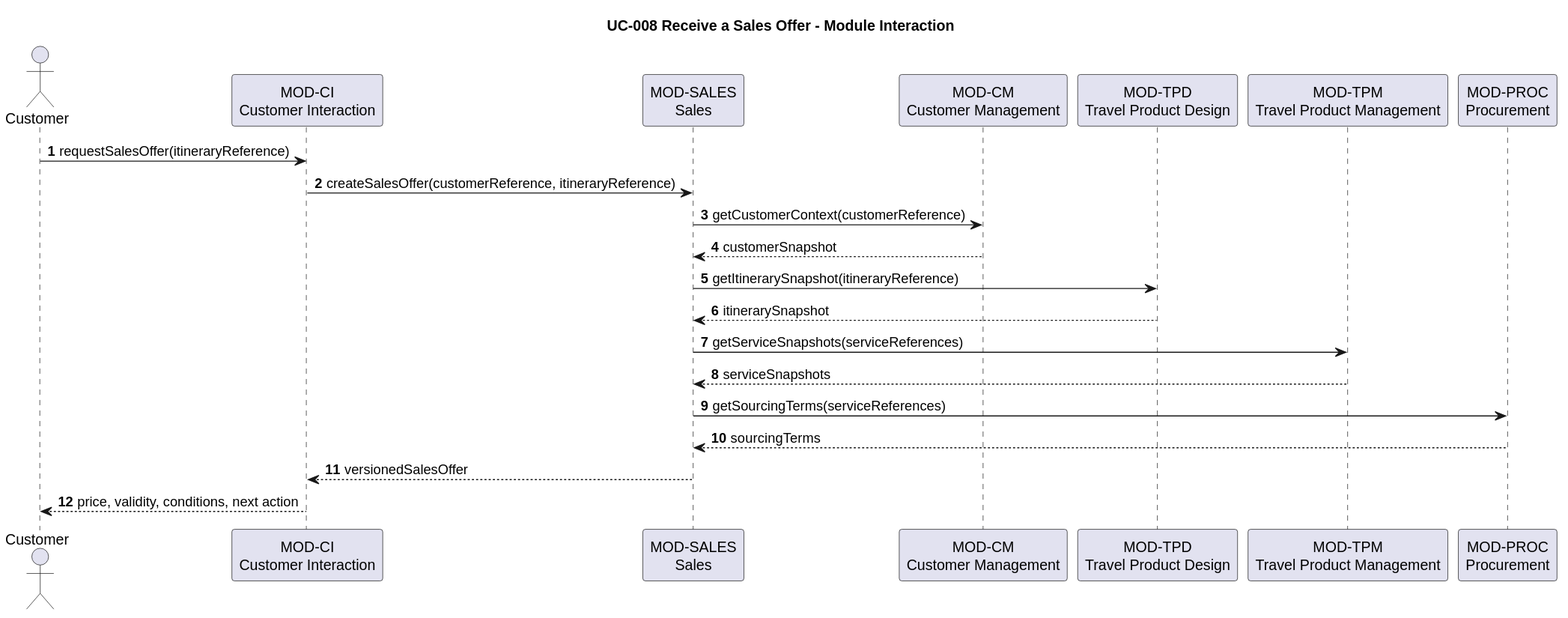
The PlantUML diagram docs/architecture/software-architecture/uc-008-receive-sales-offer.svg in hochschule-darmstadt/a3se_app, before a commit. The source it was exported from:
```plantuml
@startuml
title UC-008 Receive a Sales Offer - Module Interaction
autonumber
actor Customer
participant "MOD-CI\nCustomer Interaction" as CI
participant "MOD-SALES\nSales" as SALES
participant "MOD-CM\nCustomer Management" as CM
participant "MOD-TPD\nTravel Product Design" as TPD
participant "MOD-TPM\nTravel Product Management" as TPM
participant "MOD-PROC\nProcurement" as PROC

Customer -> CI: requestSalesOffer(itineraryReference)
CI -> SALES: createSalesOffer(customerReference, itineraryReference)
SALES -> CM: getCustomerContext(customerReference)
CM --> SALES: customerSnapshot
SALES -> TPD: getItinerarySnapshot(itineraryReference)
TPD --> SALES: itinerarySnapshot
SALES -> TPM: getServiceSnapshots(serviceReferences)
TPM --> SALES: serviceSnapshots
SALES -> PROC: getSourcingTerms(serviceReferences)
PROC --> SALES: sourcingTerms
SALES --> CI: versionedSalesOffer
CI --> Customer: price, validity, conditions, next action
@enduml
```
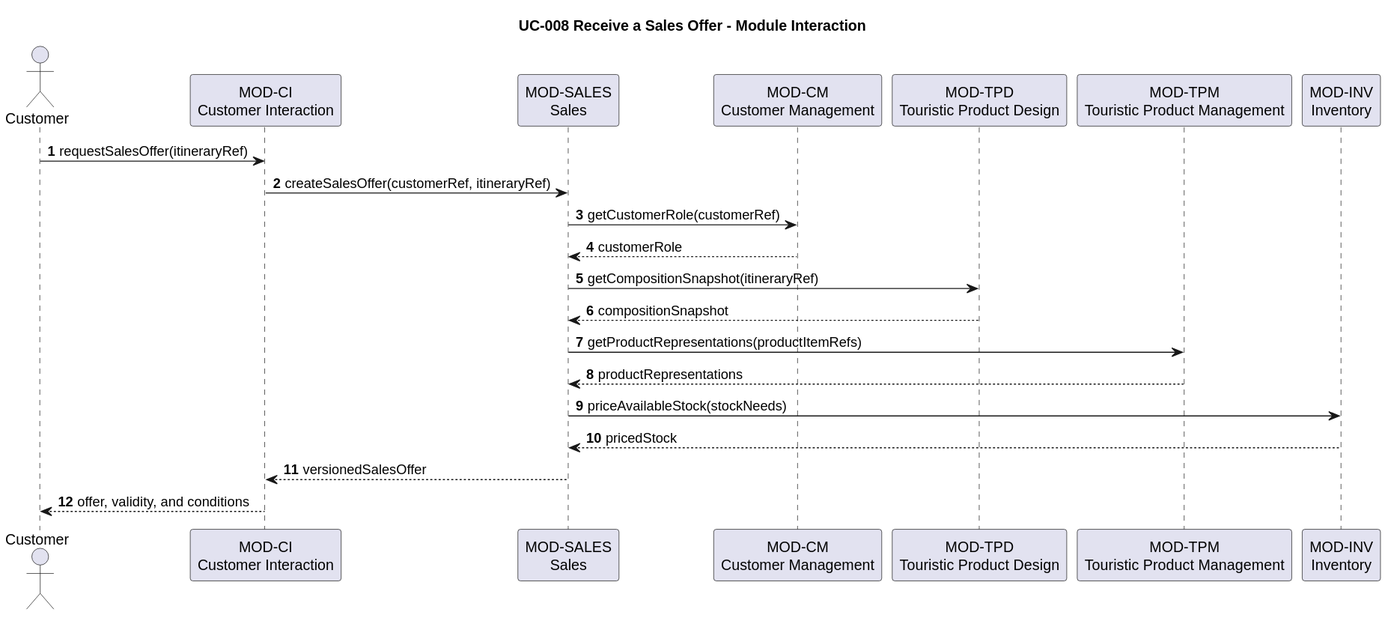
Above is the later version.

The edit, as a diff of the source:
```diff
@@ -5,20 +5,20 @@
 participant "MOD-CI\nCustomer Interaction" as CI
 participant "MOD-SALES\nSales" as SALES
 participant "MOD-CM\nCustomer Management" as CM
-participant "MOD-TPD\nTravel Product Design" as TPD
-participant "MOD-TPM\nTravel Product Management" as TPM
-participant "MOD-PROC\nProcurement" as PROC
+participant "MOD-TPD\nTouristic Product Design" as TPD
+participant "MOD-TPM\nTouristic Product Management" as TPM
+participant "MOD-INV\nInventory" as INV
 
-Customer -> CI: requestSalesOffer(itineraryReference)
-CI -> SALES: createSalesOffer(customerReference, itineraryReference)
-SALES -> CM: getCustomerContext(customerReference)
-CM --> SALES: customerSnapshot
-SALES -> TPD: getItinerarySnapshot(itineraryReference)
-TPD --> SALES: itinerarySnapshot
-SALES -> TPM: getServiceSnapshots(serviceReferences)
-TPM --> SALES: serviceSnapshots
-SALES -> PROC: getSourcingTerms(serviceReferences)
-PROC --> SALES: sourcingTerms
+Customer -> CI: requestSalesOffer(itineraryRef)
+CI -> SALES: createSalesOffer(customerRef, itineraryRef)
+SALES -> CM: getCustomerRole(customerRef)
+CM --> SALES: customerRole
+SALES -> TPD: getCompositionSnapshot(itineraryRef)
+TPD --> SALES: compositionSnapshot
+SALES -> TPM: getProductRepresentations(productItemRefs)
+TPM --> SALES: productRepresentations
+SALES -> INV: priceAvailableStock(stockNeeds)
+INV --> SALES: pricedStock
 SALES --> CI: versionedSalesOffer
-CI --> Customer: price, validity, conditions, next action
+CI --> Customer: offer, validity, and conditions
 @enduml
```
